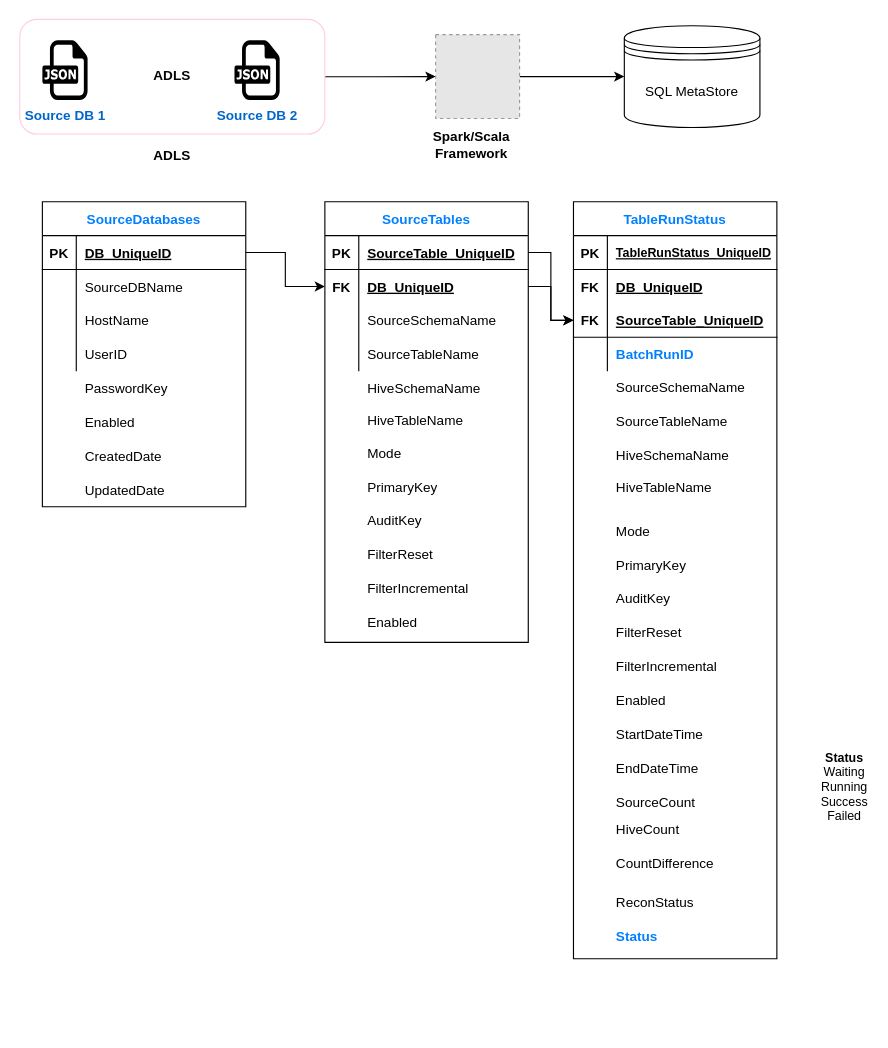
Before: page "Page-1" (1 of 2) of Untitled Diagram.drawio in rameshvinbox/aas, a draw.io diagram. Source tidied: cells renumbered, new cells numbered last; positions are measured from the earlier drawing's top-left corner, leaving out a move shared by most shapes. Both pictures are drawn from the tidied source at 113%, with x=0, y=0 at pixel (19, 19). Pictures stored in the file or linked from it are replaced by grey dashed boxes.
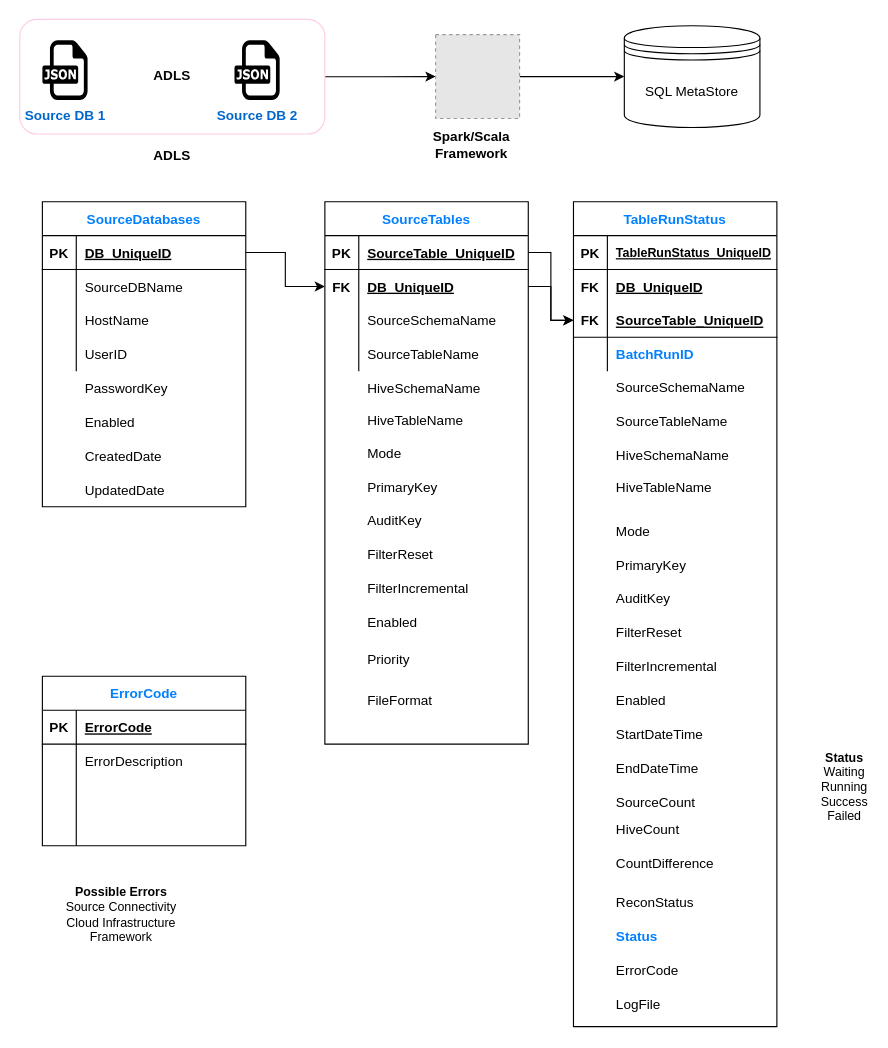
Above is the later version.

What changed in the source:
```diff
@@
     <mxCell id="25" value="SourceTables" style="shape=table;startSize=30;childLayout=tableLayout;rowLines=0;fontStyle=1;align=center;fontColor=#007FFF;" parent="1" vertex="1">
-      <mxGeometry x="270" y="161" width="180" height="390" as="geometry" />
+      <mxGeometry x="270" y="161" width="180" height="480" as="geometry" />
     </mxCell>
@@
-    <mxCell id="52" value="Enabled" style="shape=partialRectangle;fillColor=none;top=0;left=0;bottom=0;right=0;align=left;spacingLeft=6;overflow=hidden;" parent="1" vertex="1">
+    <mxCell id="52" value="Enabled" style="shape=partialRectangle;fillColor=none;top=0;left=0;bottom=0;right=0;align=left;spacingLeft=6;overflow=hidden;strokeColor=#0066CC;" parent="1" vertex="1">
       <mxGeometry x="520" y="587" width="150" height="30" as="geometry" />
     </mxCell>
     <mxCell id="53" value="TableRunStatus" style="shape=table;startSize=30;childLayout=tableLayout;rowLines=0;fontStyle=1;align=center;labelBackgroundColor=none;fontColor=#007FFF;" parent="1" vertex="1">
-      <mxGeometry x="490" y="161" width="180" height="670" as="geometry" />
+      <mxGeometry x="490" y="161" width="180" height="730" as="geometry" />
     </mxCell>
@@
+    <mxCell id="90" value="ErrorCode" style="shape=partialRectangle;fillColor=none;top=0;left=0;bottom=0;right=0;align=left;spacingLeft=6;overflow=hidden;" parent="1" vertex="1">
+      <mxGeometry x="520" y="826" width="150" height="30" as="geometry" />
+    </mxCell>
+    <mxCell id="91" value="ErrorCode" style="shape=table;startSize=30;childLayout=tableLayout;rowLines=0;fontStyle=1;align=center;fontColor=#007FFF;" parent="1" vertex="1">
+      <mxGeometry x="20" y="581" width="180" height="150" as="geometry" />
+    </mxCell>
+    <mxCell id="92" style="shape=partialRectangle;fillColor=none;top=0;left=0;bottom=1;right=0;" parent="91" vertex="1">
+      <mxGeometry y="30" width="180" height="30" as="geometry" />
+    </mxCell>
+    <mxCell id="93" value="PK" style="shape=partialRectangle;fillColor=none;top=0;left=0;bottom=0;right=0;fontStyle=1;overflow=hidden;" parent="92" vertex="1">
+      <mxGeometry width="30" height="30" as="geometry" />
+    </mxCell>
+    <mxCell id="94" value="ErrorCode" style="shape=partialRectangle;fillColor=none;top=0;left=0;bottom=0;right=0;align=left;spacingLeft=6;fontStyle=5;overflow=hidden;" parent="92" vertex="1">
+      <mxGeometry x="30" width="150" height="30" as="geometry" />
+    </mxCell>
+    <mxCell id="95" style="shape=partialRectangle;fillColor=none;top=0;left=0;bottom=0;right=0;" parent="91" vertex="1">
+      <mxGeometry y="60" width="180" height="30" as="geometry" />
+    </mxCell>
+    <mxCell id="96" style="shape=partialRectangle;fillColor=none;top=0;left=0;bottom=0;right=0;overflow=hidden;" parent="95" vertex="1">
+      <mxGeometry width="30" height="30" as="geometry" />
+    </mxCell>
+    <mxCell id="97" value="ErrorDescription" style="shape=partialRectangle;fillColor=none;top=0;left=0;bottom=0;right=0;align=left;spacingLeft=6;overflow=hidden;" parent="95" vertex="1">
+      <mxGeometry x="30" width="150" height="30" as="geometry" />
+    </mxCell>
+    <mxCell id="98" style="shape=partialRectangle;fillColor=none;top=0;left=0;bottom=0;right=0;" parent="91" vertex="1">
+      <mxGeometry y="90" width="180" height="30" as="geometry" />
+    </mxCell>
+    <mxCell id="99" style="shape=partialRectangle;fillColor=none;top=0;left=0;bottom=0;right=0;overflow=hidden;" parent="98" vertex="1">
+      <mxGeometry width="30" height="30" as="geometry" />
+    </mxCell>
+    <mxCell id="100" style="shape=partialRectangle;fillColor=none;top=0;left=0;bottom=0;right=0;align=left;spacingLeft=6;overflow=hidden;" parent="98" vertex="1">
+      <mxGeometry x="30" width="150" height="30" as="geometry" />
+    </mxCell>
+    <mxCell id="101" style="shape=partialRectangle;fillColor=none;top=0;left=0;bottom=0;right=0;" parent="91" vertex="1">
+      <mxGeometry y="120" width="180" height="30" as="geometry" />
+    </mxCell>
+    <mxCell id="102" style="shape=partialRectangle;fillColor=none;top=0;left=0;bottom=0;right=0;overflow=hidden;" parent="101" vertex="1">
+      <mxGeometry width="30" height="30" as="geometry" />
+    </mxCell>
+    <mxCell id="103" style="shape=partialRectangle;fillColor=none;top=0;left=0;bottom=0;right=0;align=left;spacingLeft=6;overflow=hidden;" parent="101" vertex="1">
+      <mxGeometry x="30" width="150" height="30" as="geometry" />
+    </mxCell>
+    <mxCell id="104" value="&lt;b&gt;Possible Errors&lt;/b&gt;&lt;br&gt;Source Connectivity&lt;br&gt;Cloud Infrastructure&lt;br&gt;Framework" style="text;html=1;strokeColor=none;fillColor=none;align=center;verticalAlign=middle;whiteSpace=wrap;rounded=0;labelBackgroundColor=none;fontSize=11;fontColor=#000000;" parent="1" vertex="1">
+      <mxGeometry y="766" width="180" height="51" as="geometry" />
+    </mxCell>
+    <mxCell id="105" value="Priority" style="shape=partialRectangle;fillColor=none;top=0;left=0;bottom=0;right=0;align=left;spacingLeft=6;overflow=hidden;" parent="1" vertex="1">
+      <mxGeometry x="300" y="551" width="150" height="30" as="geometry" />
+    </mxCell>
+    <mxCell id="106" value="FileFormat" style="shape=partialRectangle;fillColor=none;top=0;left=0;bottom=0;right=0;align=left;spacingLeft=6;overflow=hidden;" parent="1" vertex="1">
+      <mxGeometry x="300" y="587" width="150" height="30" as="geometry" />
+    </mxCell>
+    <mxCell id="107" value="LogFile" style="shape=partialRectangle;fillColor=none;top=0;left=0;bottom=0;right=0;align=left;spacingLeft=6;overflow=hidden;" parent="1" vertex="1">
+      <mxGeometry x="520" y="856" width="150" height="30" as="geometry" />
+    </mxCell>
```
